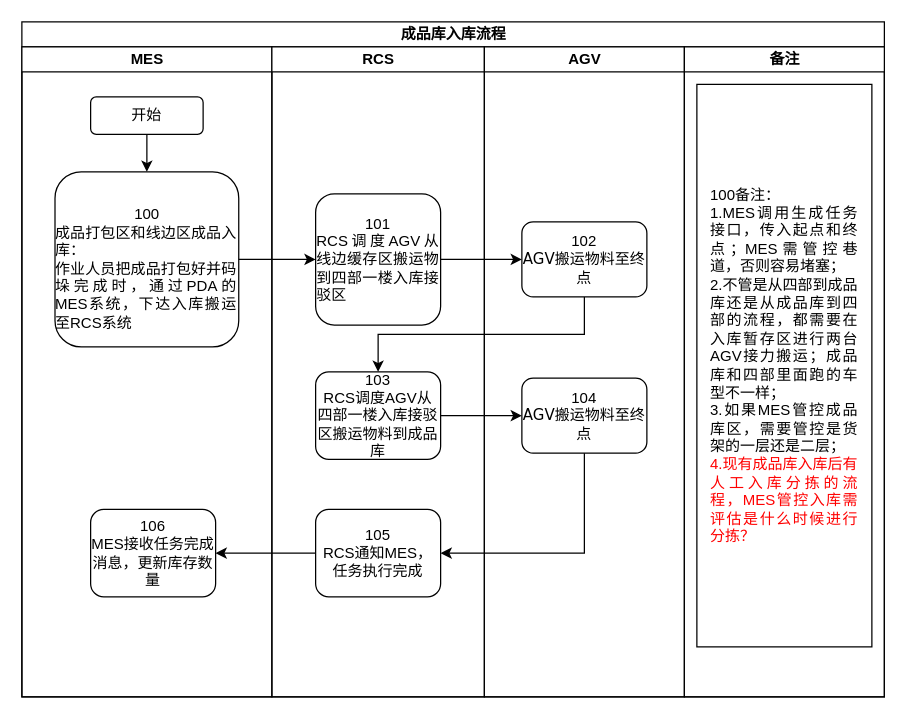
This is page "成品库入库流程" (16 of 18) of data/伍子醉-MES系统调度业务流程图 的副本.drawio from chenyanxi/hosts, a draw.io file, before an edit. Source tidied: cells renumbered, new cells numbered last; positions are measured from the earlier drawing's top-left corner, leaving out a move shared by most shapes. Both pictures are drawn from the tidied source at 125%, with x=0, y=0 at pixel (21, 21).
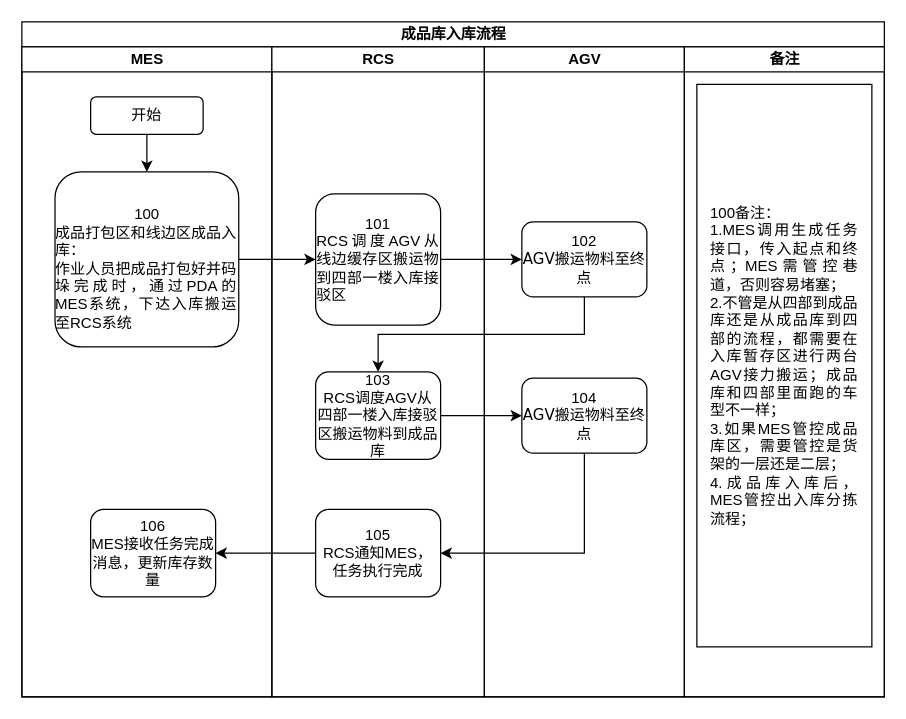
The same diagram, later.

Unchanged cells that the change refers to:
```xml
<mxCell id="15" value="备注" style="swimlane;html=1;startSize=20;" parent="2" vertex="1">
  <mxGeometry x="530" y="20" width="160" height="520" as="geometry" />
</mxCell>
```

What changed in the source:
```diff
@@
-    <mxCell id="16" value="&lt;div style=&quot;&quot;&gt;&lt;div style=&quot;text-align: justify;&quot;&gt;&lt;br&gt;&lt;/div&gt;&lt;div style=&quot;text-align: justify;&quot;&gt;&lt;br&gt;&lt;/div&gt;&lt;div style=&quot;text-align: justify;&quot;&gt;100备注：&lt;/div&gt;&lt;div style=&quot;text-align: justify;&quot;&gt;1.MES调用生成任务接口，传入起点和终点；MES需管控巷道，否则容易堵塞；&lt;/div&gt;&lt;div style=&quot;text-align: justify;&quot;&gt;&lt;span style=&quot;background-color: initial;&quot;&gt;2.不管是从四部到成品库还是从成品库到四部的流程，都需要在入库暂存区进行两台AGV接力搬运；成品库和四部里面跑的车型不一样；&lt;/span&gt;&lt;/div&gt;&lt;div style=&quot;text-align: justify;&quot;&gt;3.如果MES管控成品库区，需要管控是货架的一层还是二层；&lt;/div&gt;&lt;div style=&quot;text-align: justify;&quot;&gt;&lt;font color=&quot;#ff0000&quot;&gt;4.现有成品库入库后有人工入库分拣的流程，MES管控入库需评估是什么时候进行分拣？&lt;/font&gt;&lt;/div&gt;&lt;div style=&quot;text-align: justify;&quot;&gt;&lt;br&gt;&lt;/div&gt;&lt;div style=&quot;text-align: justify;&quot;&gt;&lt;br&gt;&lt;/div&gt;&lt;/div&gt;" style="rounded=0;whiteSpace=wrap;html=1;spacingTop=5;spacingLeft=10;spacingBottom=5;spacingRight=10;" parent="15" vertex="1">
+    <mxCell id="16" value="&lt;div style=&quot;&quot;&gt;&lt;div style=&quot;text-align: justify;&quot;&gt;&lt;br&gt;&lt;/div&gt;&lt;div style=&quot;text-align: justify;&quot;&gt;&lt;br&gt;&lt;/div&gt;&lt;div style=&quot;text-align: justify;&quot;&gt;100备注：&lt;/div&gt;&lt;div style=&quot;text-align: justify;&quot;&gt;1.MES调用生成任务接口，传入起点和终点；MES需管控巷道，否则容易堵塞；&lt;/div&gt;&lt;div style=&quot;text-align: justify;&quot;&gt;&lt;span style=&quot;background-color: initial;&quot;&gt;2.不管是从四部到成品库还是从成品库到四部的流程，都需要在入库暂存区进行两台AGV接力搬运；成品库和四部里面跑的车型不一样；&lt;/span&gt;&lt;/div&gt;&lt;div style=&quot;text-align: justify;&quot;&gt;3.如果MES管控成品库区，需要管控是货架的一层还是二层；&lt;/div&gt;&lt;div style=&quot;text-align: justify;&quot;&gt;&lt;font color=&quot;#030303&quot;&gt;4.成品库入库后，MES管控出入库分拣流程；&lt;/font&gt;&lt;/div&gt;&lt;div style=&quot;text-align: justify;&quot;&gt;&lt;br&gt;&lt;/div&gt;&lt;div style=&quot;text-align: justify;&quot;&gt;&lt;br&gt;&lt;/div&gt;&lt;/div&gt;" style="rounded=0;whiteSpace=wrap;html=1;spacingTop=5;spacingLeft=10;spacingBottom=5;spacingRight=10;" parent="15" vertex="1">
       <mxGeometry x="10" y="30" width="140" height="450" as="geometry" />
     </mxCell>
```
